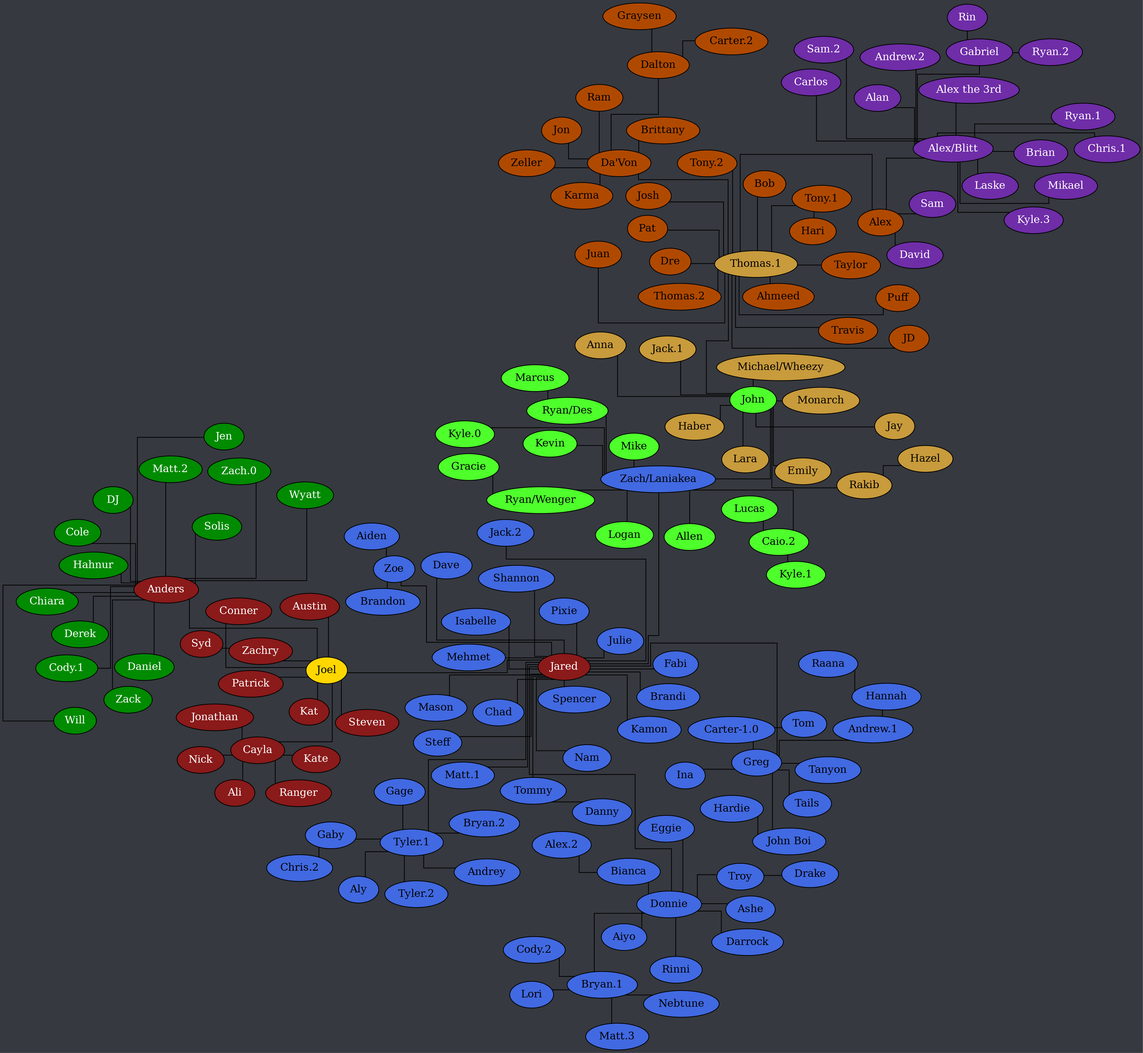
Above: tree.png in Documidas/CoronaCatzFamilyTree (Graphviz), before the change. Its source is kept beside it as tree.dot.
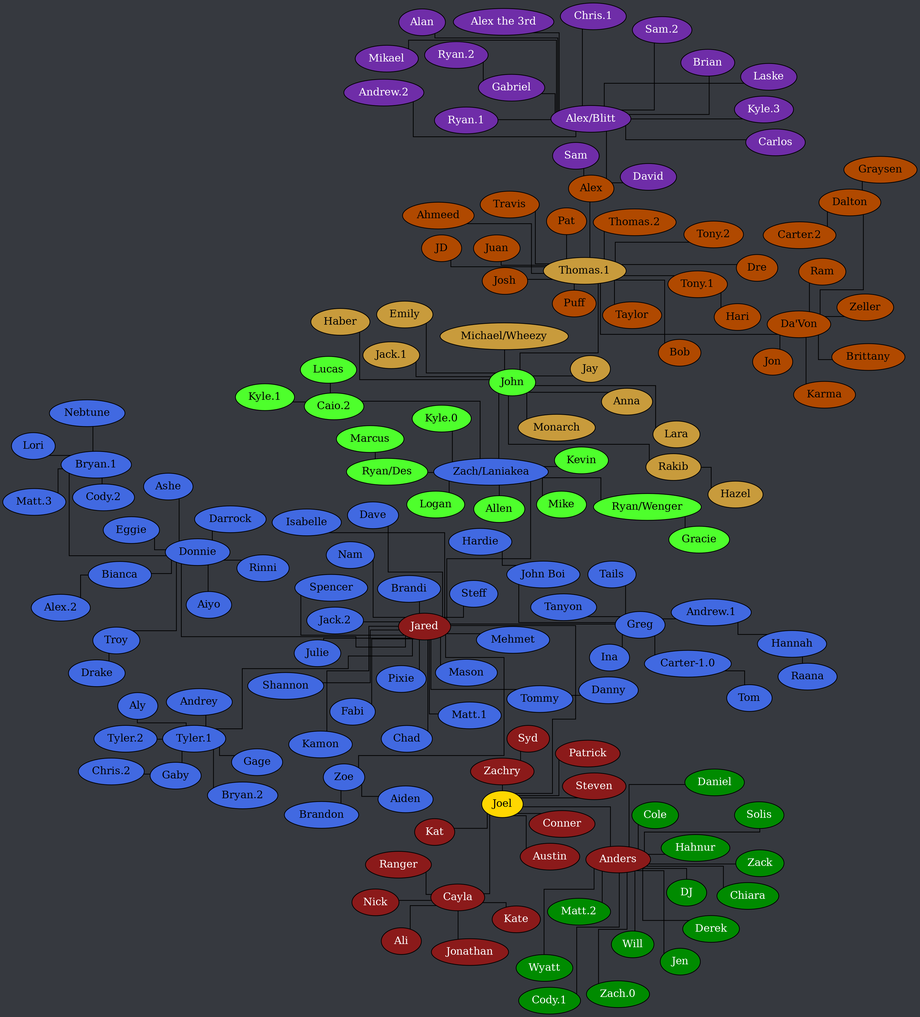
Later version of the same file.

Diff of the diagram source:
```diff
@@ -198,7 +198,6 @@
 		"Alex/Blitt" -- Mikael;
 		"Alex/Blitt" -- "Ryan.1";
 		"Alex/Blitt" -- "Sam.2";
-		Gabriel -- Rin;
 		Gabriel -- "Ryan.2";
 	}
 }
```
